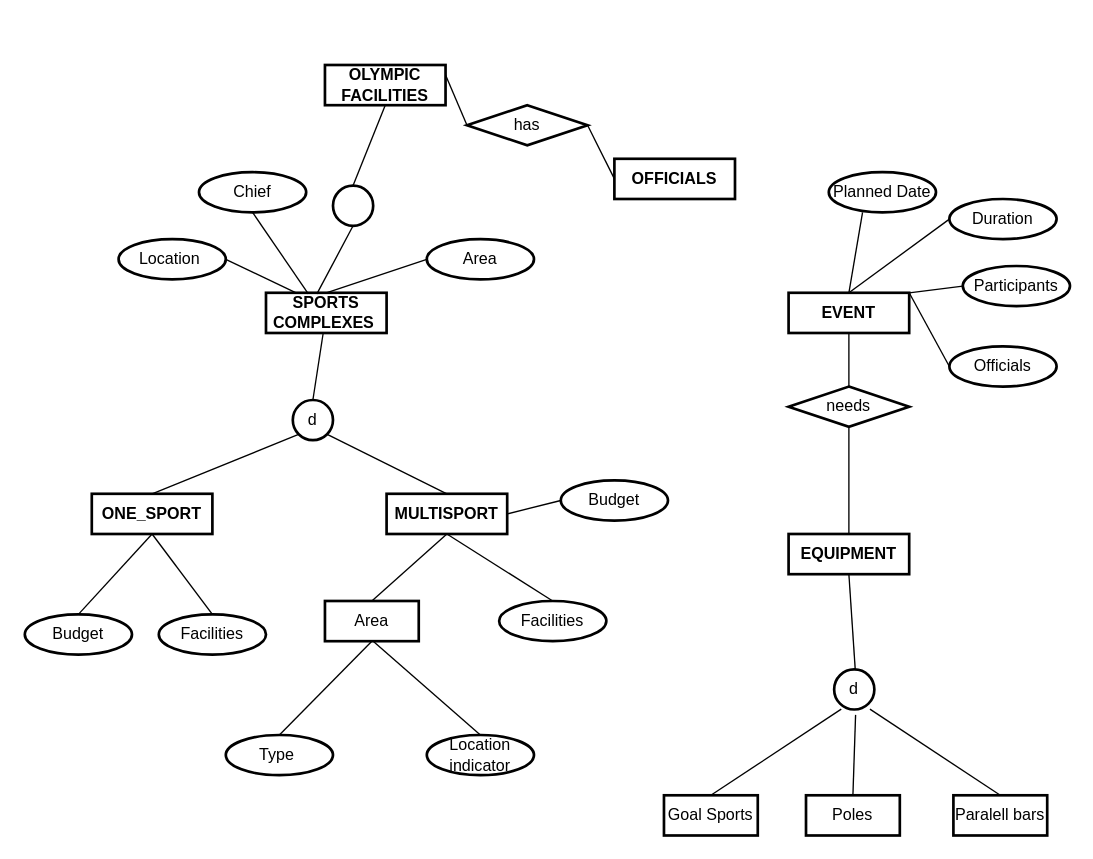
Above: 2-W5.drawio in kieuvantuyen01/testGit (draw.io), before the change. Source tidied: cells renumbered, new cells numbered last; positions are measured from the earlier drawing's top-left corner, leaving out a move shared by most shapes. Both pictures are drawn from the tidied source at 134%, with x=0, y=0 at pixel (24, 64).
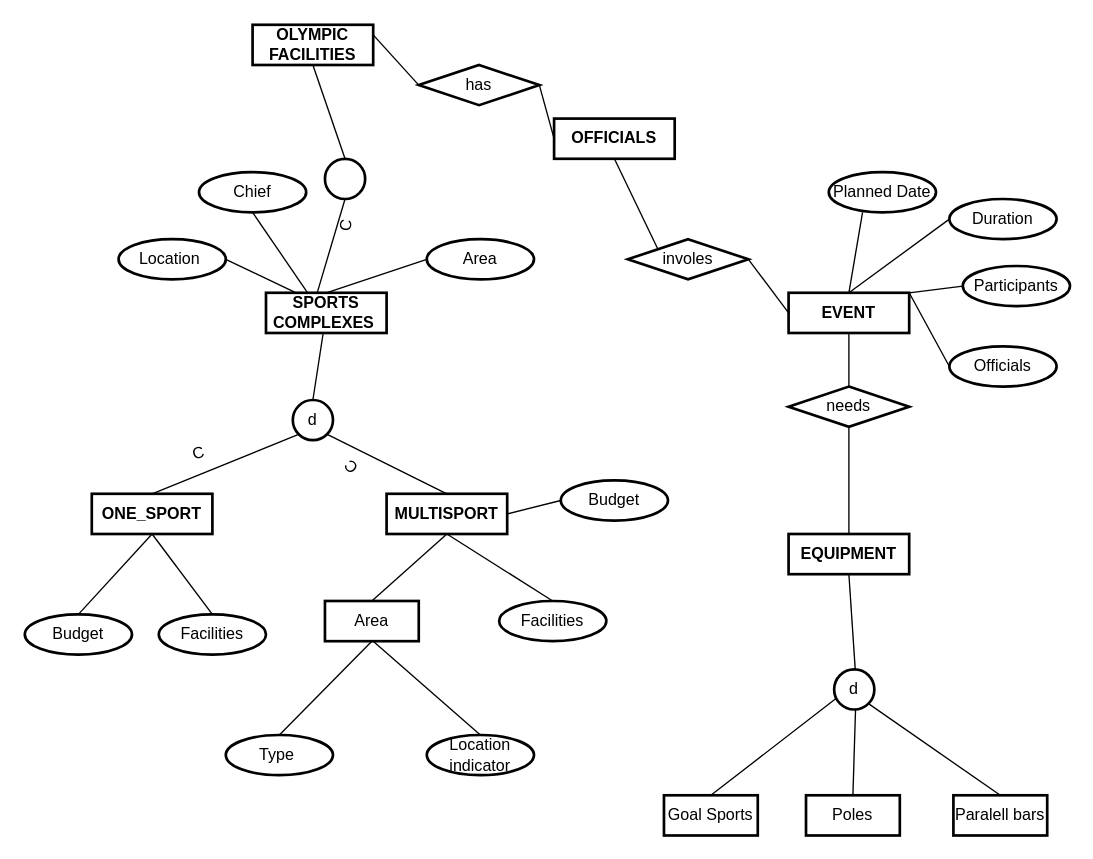
The same diagram, later.

The change refers to these unchanged cells:
```xml
<mxCell id="9" value="EVENT" style="whiteSpace=wrap;html=1;align=center;strokeWidth=2;fontStyle=1;" parent="1" vertex="1">
  <mxGeometry x="570" y="170" width="90" height="30" as="geometry" />
</mxCell>
<mxCell id="15" value="Goal Sports" style="whiteSpace=wrap;html=1;align=center;strokeWidth=2;" parent="1" vertex="1">
  <mxGeometry x="477" y="545" width="70" height="30" as="geometry" />
</mxCell>
<mxCell id="16" value="Paralell bars" style="whiteSpace=wrap;html=1;align=center;strokeWidth=2;" parent="1" vertex="1">
  <mxGeometry x="693" y="545" width="70" height="30" as="geometry" />
</mxCell>
<mxCell id="17" value="Poles" style="whiteSpace=wrap;html=1;align=center;strokeWidth=2;" parent="1" vertex="1">
  <mxGeometry x="583" y="545" width="70" height="30" as="geometry" />
</mxCell>
<mxCell id="57" value="d" style="ellipse;whiteSpace=wrap;html=1;strokeWidth=2;" parent="1" vertex="1">
  <mxGeometry x="604" y="451" width="30" height="30" as="geometry" />
</mxCell>
```

Diff of the diagram source:
```diff
@@
     <mxCell id="21" value="OLYMPIC FACILITIES" style="whiteSpace=wrap;html=1;align=center;strokeWidth=2;fontStyle=1;" parent="1" vertex="1">
-      <mxGeometry x="224" width="90" height="30" as="geometry" />
+      <mxGeometry x="170" y="-30" width="90" height="30" as="geometry" />
     </mxCell>
     <mxCell id="22" value="OFFICIALS" style="whiteSpace=wrap;html=1;align=center;strokeWidth=2;fontStyle=1;" parent="1" vertex="1">
-      <mxGeometry x="440" y="70" width="90" height="30" as="geometry" />
+      <mxGeometry x="395" y="40" width="90" height="30" as="geometry" />
     </mxCell>
@@
-    <mxCell id="33" style="endArrow=none;html=1;rounded=0;entryX=0.855;entryY=0.855;entryDx=0;entryDy=0;exitX=0.5;exitY=0;exitDx=0;exitDy=0;entryPerimeter=0;" parent="1" edge="1" source="16">
-      <mxGeometry relative="1" as="geometry">
-        <mxPoint x="630.7" y="480.7" as="targetPoint" />
-      </mxGeometry>
+    <mxCell id="33" style="endArrow=none;html=1;rounded=0;entryX=1;entryY=1;entryDx=0;entryDy=0;exitX=0.5;exitY=0;exitDx=0;exitDy=0;" parent="1" edge="1" source="16" target="57">
+      <mxGeometry relative="1" as="geometry" />
     </mxCell>
-    <mxCell id="34" style="endArrow=none;html=1;rounded=0;entryX=0.145;entryY=0.855;entryDx=0;entryDy=0;exitX=0.5;exitY=0;exitDx=0;exitDy=0;entryPerimeter=0;" parent="1" edge="1" source="15">
+    <mxCell id="34" style="endArrow=none;html=1;rounded=0;exitX=0.5;exitY=0;exitDx=0;exitDy=0;" parent="1" edge="1" source="15">
       <mxGeometry relative="1" as="geometry">
-        <mxPoint x="609.3" y="480.7" as="targetPoint" />
+        <mxPoint x="609" y="470" as="targetPoint" />
       </mxGeometry>
     </mxCell>
-    <mxCell id="35" style="endArrow=none;html=1;rounded=0;entryX=0.5;entryY=1;entryDx=0;entryDy=0;exitX=0.5;exitY=0;exitDx=0;exitDy=0;entryPerimeter=0;" parent="1" edge="1" source="17">
-      <mxGeometry relative="1" as="geometry">
-        <mxPoint x="620" y="485" as="targetPoint" />
-      </mxGeometry>
+    <mxCell id="35" style="endArrow=none;html=1;rounded=0;entryX=0.533;entryY=0.967;entryDx=0;entryDy=0;exitX=0.5;exitY=0;exitDx=0;exitDy=0;entryPerimeter=0;" parent="1" edge="1" source="17" target="57">
+      <mxGeometry relative="1" as="geometry" />
     </mxCell>
@@
     <mxCell id="47" value="has" style="shape=rhombus;perimeter=rhombusPerimeter;whiteSpace=wrap;html=1;align=center;strokeWidth=2;" parent="1" vertex="1">
-      <mxGeometry x="330" y="30" width="90" height="30" as="geometry" />
+      <mxGeometry x="294" width="90" height="30" as="geometry" />
     </mxCell>
@@
     <mxCell id="54" style="ellipse;whiteSpace=wrap;html=1;strokeWidth=2;" parent="1" vertex="1">
-      <mxGeometry x="230" y="90" width="30" height="30" as="geometry" />
+      <mxGeometry x="224" y="70" width="30" height="30" as="geometry" />
     </mxCell>
@@
+    <mxCell id="58" value="involes" style="shape=rhombus;perimeter=rhombusPerimeter;whiteSpace=wrap;html=1;align=center;strokeWidth=2;" parent="1" vertex="1">
+      <mxGeometry x="450" y="130" width="90" height="30" as="geometry" />
+    </mxCell>
+    <mxCell id="59" style="endArrow=none;html=1;rounded=0;entryX=1;entryY=0.5;entryDx=0;entryDy=0;exitX=0;exitY=0.5;exitDx=0;exitDy=0;" parent="1" edge="1" source="9" target="58">
+      <mxGeometry relative="1" as="geometry" />
+    </mxCell>
+    <mxCell id="60" style="endArrow=none;html=1;rounded=0;entryX=0.5;entryY=1;entryDx=0;entryDy=0;exitX=0;exitY=0;exitDx=0;exitDy=0;" parent="1" edge="1" source="58" target="22">
+      <mxGeometry relative="1" as="geometry" />
+    </mxCell>
+    <mxCell id="61" value="C" style="text;html=1;strokeColor=none;fillColor=none;align=center;verticalAlign=middle;whiteSpace=wrap;rounded=0;rotation=-80;" parent="1" vertex="1">
+      <mxGeometry x="220" y="110" width="40" height="20" as="geometry" />
+    </mxCell>
+    <mxCell id="62" value="C" style="text;html=1;strokeColor=none;fillColor=none;align=center;verticalAlign=middle;whiteSpace=wrap;rounded=0;rotation=-135;" parent="1" vertex="1">
+      <mxGeometry x="224" y="290" width="40" height="20" as="geometry" />
+    </mxCell>
+    <mxCell id="63" value="C" style="text;html=1;strokeColor=none;fillColor=none;align=center;verticalAlign=middle;whiteSpace=wrap;rounded=0;rotation=-15;" parent="1" vertex="1">
+      <mxGeometry x="110" y="280" width="40" height="20" as="geometry" />
+    </mxCell>
```
